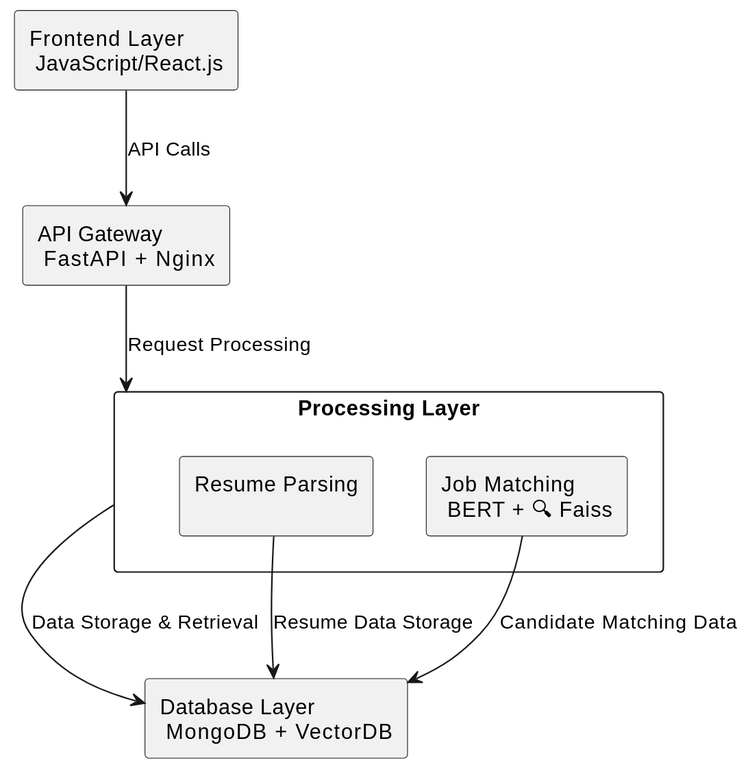
The PlantUML diagram out/DOCS/Level0_system_design/Level0_system_design.svg in jayd719/didactic-enigma, before a commit.
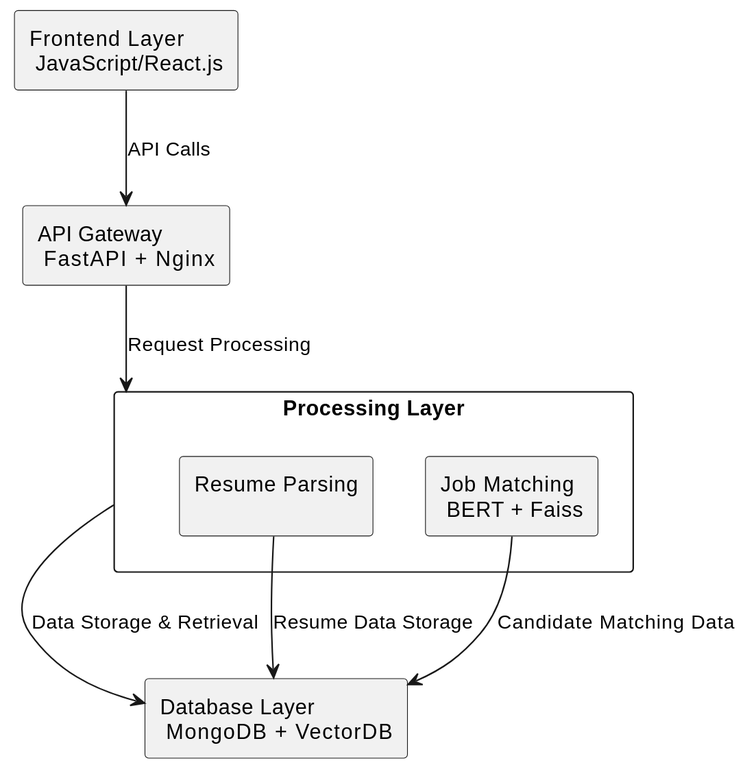
The same diagram one commit later.

The edit, as a diff of the source:
```diff
@@ -8,7 +8,7 @@
 
 rectangle "Processing Layer" as PL {
   rectangle "Resume Parsing\n" as RP
-  rectangle "Job Matching\n BERT + 🔍 Faiss" as JM
+  rectangle "Job Matching\n BERT +  Faiss" as JM
 }
 
 rectangle "Database Layer\n MongoDB +  VectorDB" as DB
```
